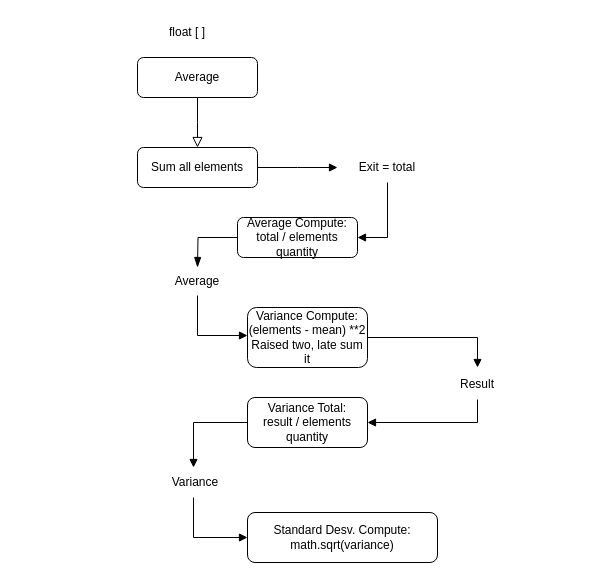
Above: Uninpahu Diagrams/Quality Metricals/Compute Standard Desviation.drawio in Johanbeltranramirez/DiagramsRepository (draw.io), before the change. Source tidied: cells renumbered, new cells numbered last; positions are measured from the earlier drawing's top-left corner, leaving out a move shared by most shapes. Both pictures are drawn from the tidied source at 100%, with x=0, y=0 at pixel (137, 17).
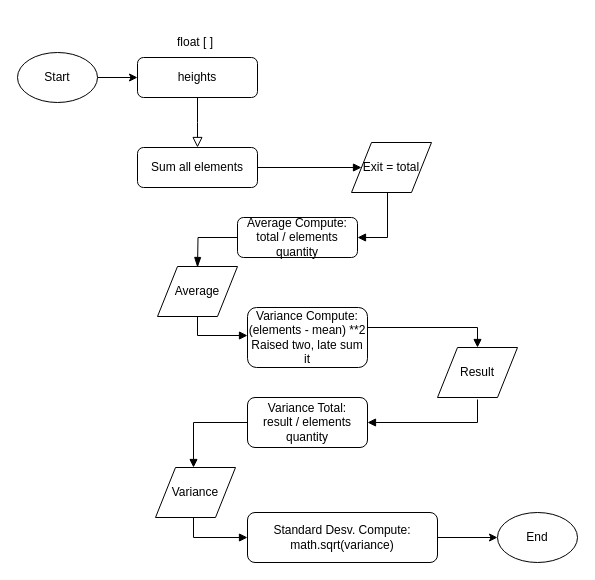
The same page after the edit.

The change refers to these unchanged cells:
```xml
<mxCell id="6" value="Average Compute:&lt;br&gt;total / elements quantity" style="rounded=1;whiteSpace=wrap;html=1;fontSize=12;glass=0;strokeWidth=1;shadow=0;" parent="1" vertex="1">
  <mxGeometry x="100" y="200" width="120" height="40" as="geometry" />
</mxCell>
<mxCell id="7" value="Variance Total:&lt;br&gt;result / elements quantity" style="rounded=1;whiteSpace=wrap;html=1;fontSize=12;glass=0;strokeWidth=1;shadow=0;" parent="1" vertex="1">
  <mxGeometry x="110" y="380" width="120" height="50" as="geometry" />
</mxCell>
<mxCell id="8" value="Variance Compute:&lt;br&gt;(elements - mean) **2&lt;div&gt;Raised two, late sum it&lt;/div&gt;" style="rounded=1;whiteSpace=wrap;html=1;fontSize=12;glass=0;strokeWidth=1;shadow=0;" parent="1" vertex="1">
  <mxGeometry x="110" y="290" width="120" height="60" as="geometry" />
</mxCell>
<mxCell id="10" value="Sum all elements" style="rounded=1;whiteSpace=wrap;html=1;fontSize=12;glass=0;strokeWidth=1;shadow=0;" parent="1" vertex="1">
  <mxGeometry y="130" width="120" height="40" as="geometry" />
</mxCell>
<mxCell id="19" value="Standard Desv. Compute:&lt;br&gt;math.sqrt(variance)" style="rounded=1;whiteSpace=wrap;html=1;fontSize=12;glass=0;strokeWidth=1;shadow=0;" parent="1" vertex="1">
  <mxGeometry x="110" y="495" width="190" height="50" as="geometry" />
</mxCell>
```

Change to the diagram source:
```diff
@@
-    <mxCell id="3" value="Average" style="rounded=1;whiteSpace=wrap;html=1;fontSize=12;glass=0;strokeWidth=1;shadow=0;" parent="1" vertex="1">
+    <mxCell id="3" value="heights" style="rounded=1;whiteSpace=wrap;html=1;fontSize=12;glass=0;strokeWidth=1;shadow=0;" parent="1" vertex="1">
       <mxGeometry y="40" width="120" height="40" as="geometry" />
     </mxCell>
@@
-    <mxCell id="5" style="edgeStyle=orthogonalEdgeStyle;rounded=0;html=1;jettySize=auto;fontSize=11;endArrow=block;endFill=1;strokeWidth=1;shadow=0;labelBackgroundColor=none;exitX=1;exitY=0.5;exitDx=0;exitDy=0;fillColor=#cce5ff;strokeColor=#000000;" parent="1" edge="1" source="10">
-      <mxGeometry y="10" relative="1" as="geometry">
-        <mxPoint x="200" y="150" as="targetPoint" />
-      </mxGeometry>
+    <mxCell id="5" style="edgeStyle=orthogonalEdgeStyle;rounded=0;html=1;jettySize=auto;fontSize=11;endArrow=block;endFill=1;strokeWidth=1;shadow=0;labelBackgroundColor=none;exitX=1;exitY=0.5;exitDx=0;exitDy=0;fillColor=#cce5ff;strokeColor=#000000;entryX=0;entryY=0.5;entryDx=0;entryDy=0;" parent="1" edge="1" source="10" target="11">
+      <mxGeometry y="10" relative="1" as="geometry" />
     </mxCell>
@@
     <mxCell id="9" value="float [ ]" style="text;html=1;align=center;verticalAlign=middle;whiteSpace=wrap;rounded=0;" parent="1" vertex="1">
-      <mxGeometry x="20" width="60" height="30" as="geometry" />
+      <mxGeometry x="28" y="10" width="60" height="30" as="geometry" />
     </mxCell>
@@
-    <mxCell id="11" value="Exit = total" style="text;html=1;align=center;verticalAlign=middle;whiteSpace=wrap;rounded=0;" parent="1" vertex="1">
-      <mxGeometry x="220" y="135" width="60" height="30" as="geometry" />
-    </mxCell>
-    <mxCell id="12" style="edgeStyle=orthogonalEdgeStyle;rounded=0;html=1;jettySize=auto;fontSize=11;endArrow=block;endFill=1;strokeWidth=1;shadow=0;labelBackgroundColor=none;exitX=0.5;exitY=1;exitDx=0;exitDy=0;fillColor=#cce5ff;strokeColor=#000000;entryX=1;entryY=0.5;entryDx=0;entryDy=0;" parent="1" edge="1" source="11" target="6">
+    <mxCell id="12" style="edgeStyle=orthogonalEdgeStyle;rounded=0;html=1;jettySize=auto;fontSize=11;endArrow=block;endFill=1;strokeWidth=1;shadow=0;labelBackgroundColor=none;exitX=0.5;exitY=1;exitDx=0;exitDy=0;fillColor=#cce5ff;strokeColor=#000000;entryX=1;entryY=0.5;entryDx=0;entryDy=0;" parent="1" edge="1" target="6">
       <mxGeometry y="10" relative="1" as="geometry">
+        <mxPoint x="250" y="165" as="sourcePoint" />
         <Array as="points">
           <mxPoint x="250" y="220" />
         </Array>
       </mxGeometry>
     </mxCell>
-    <mxCell id="13" value="Average" style="text;html=1;align=center;verticalAlign=middle;whiteSpace=wrap;rounded=0;" parent="1" vertex="1">
-      <mxGeometry x="30" y="249" width="60" height="30" as="geometry" />
-    </mxCell>
@@
-    <mxCell id="15" style="edgeStyle=orthogonalEdgeStyle;rounded=0;html=1;jettySize=auto;fontSize=11;endArrow=block;endFill=1;strokeWidth=1;shadow=0;labelBackgroundColor=none;exitX=1;exitY=0.5;exitDx=0;exitDy=0;fillColor=#cce5ff;strokeColor=#000000;" parent="1" edge="1" source="8">
+    <mxCell id="15" style="edgeStyle=orthogonalEdgeStyle;rounded=0;html=1;jettySize=auto;fontSize=11;endArrow=block;endFill=1;strokeWidth=1;shadow=0;labelBackgroundColor=none;exitX=1;exitY=0.5;exitDx=0;exitDy=0;fillColor=#cce5ff;strokeColor=#000000;entryX=0.5;entryY=0;entryDx=0;entryDy=0;" parent="1" edge="1" source="8" target="16">
       <mxGeometry y="10" relative="1" as="geometry">
-        <mxPoint x="340" y="350" as="targetPoint" />
         <Array as="points">
-          <mxPoint x="340" y="320" />
+          <mxPoint x="230" y="310" />
+          <mxPoint x="340" y="310" />
         </Array>
       </mxGeometry>
     </mxCell>
-    <mxCell id="16" value="Result" style="text;html=1;align=center;verticalAlign=middle;whiteSpace=wrap;rounded=0;" parent="1" vertex="1">
-      <mxGeometry x="310" y="352" width="60" height="30" as="geometry" />
-    </mxCell>
-    <mxCell id="17" style="edgeStyle=orthogonalEdgeStyle;rounded=0;html=1;jettySize=auto;fontSize=11;endArrow=block;endFill=1;strokeWidth=1;shadow=0;labelBackgroundColor=none;fillColor=#cce5ff;strokeColor=#000000;entryX=1;entryY=0.5;entryDx=0;entryDy=0;exitX=0.5;exitY=1;exitDx=0;exitDy=0;" parent="1" edge="1" source="16" target="7">
+    <mxCell id="17" style="edgeStyle=orthogonalEdgeStyle;rounded=0;html=1;jettySize=auto;fontSize=11;endArrow=block;endFill=1;strokeWidth=1;shadow=0;labelBackgroundColor=none;fillColor=#cce5ff;strokeColor=#000000;entryX=1;entryY=0.5;entryDx=0;entryDy=0;exitX=0.5;exitY=1;exitDx=0;exitDy=0;" parent="1" edge="1" target="7">
       <mxGeometry y="10" relative="1" as="geometry">
+        <mxPoint x="340" y="382" as="sourcePoint" />
         <Array as="points">
           <mxPoint x="340" y="405" />
         </Array>
       </mxGeometry>
     </mxCell>
@@
+    <mxCell id="22" style="edgeStyle=orthogonalEdgeStyle;rounded=0;jettySize=auto;html=1;entryX=0;entryY=0.5;entryDx=0;entryDy=0;" parent="1" edge="1" source="19" target="25">
+      <mxGeometry relative="1" as="geometry" />
+    </mxCell>
@@
+    <mxCell id="21" style="edgeStyle=orthogonalEdgeStyle;rounded=0;html=1;jettySize=auto;fontSize=11;endArrow=block;endFill=1;strokeWidth=1;shadow=0;labelBackgroundColor=none;exitX=0.5;exitY=1;exitDx=0;exitDy=0;fillColor=#cce5ff;strokeColor=#000000;entryX=0;entryY=0.5;entryDx=0;entryDy=0;" parent="1" edge="1" target="19">
+      <mxGeometry y="10" relative="1" as="geometry">
+        <mxPoint x="56" y="480" as="sourcePoint" />
+        <Array as="points">
+          <mxPoint x="56" y="520" />
+        </Array>
+      </mxGeometry>
+    </mxCell>
+    <mxCell id="23" style="edgeStyle=orthogonalEdgeStyle;rounded=0;jettySize=auto;html=1;entryX=0;entryY=0.5;entryDx=0;entryDy=0;" parent="1" edge="1" source="24" target="3">
+      <mxGeometry relative="1" as="geometry" />
+    </mxCell>
+    <mxCell id="24" value="Start" style="ellipse;whiteSpace=wrap;html=1;" parent="1" vertex="1">
+      <mxGeometry x="-120" y="35" width="80" height="50" as="geometry" />
+    </mxCell>
+    <mxCell id="25" value="End" style="ellipse;whiteSpace=wrap;html=1;" parent="1" vertex="1">
+      <mxGeometry x="360" y="495" width="80" height="50" as="geometry" />
+    </mxCell>
+    <mxCell id="11" value="Exit = total" style="shape=parallelogram;perimeter=parallelogramPerimeter;whiteSpace=wrap;html=1;fixedSize=1;" parent="1" vertex="1">
+      <mxGeometry x="214" y="125" width="80" height="50" as="geometry" />
+    </mxCell>
+    <mxCell id="13" value="Average" style="shape=parallelogram;perimeter=parallelogramPerimeter;whiteSpace=wrap;html=1;fixedSize=1;" parent="1" vertex="1">
+      <mxGeometry x="20" y="249" width="80" height="50" as="geometry" />
+    </mxCell>
+    <mxCell id="16" value="Result" style="shape=parallelogram;perimeter=parallelogramPerimeter;whiteSpace=wrap;html=1;fixedSize=1;" parent="1" vertex="1">
+      <mxGeometry x="300" y="330" width="80" height="50" as="geometry" />
+    </mxCell>
-    <mxCell id="20" value="Variance" style="text;html=1;align=center;verticalAlign=middle;whiteSpace=wrap;rounded=0;" parent="1" vertex="1">
-      <mxGeometry x="28" y="450" width="60" height="30" as="geometry" />
+    <mxCell id="20" value="Variance" style="shape=parallelogram;perimeter=parallelogramPerimeter;whiteSpace=wrap;html=1;fixedSize=1;" parent="1" vertex="1">
+      <mxGeometry x="18" y="450" width="80" height="50" as="geometry" />
     </mxCell>
-    <mxCell id="21" style="edgeStyle=orthogonalEdgeStyle;rounded=0;html=1;jettySize=auto;fontSize=11;endArrow=block;endFill=1;strokeWidth=1;shadow=0;labelBackgroundColor=none;exitX=0.5;exitY=1;exitDx=0;exitDy=0;fillColor=#cce5ff;strokeColor=#000000;entryX=0;entryY=0.5;entryDx=0;entryDy=0;" parent="1" edge="1" target="19">
-      <mxGeometry y="10" relative="1" as="geometry">
-        <mxPoint x="56" y="480" as="sourcePoint" />
-        <Array as="points">
-          <mxPoint x="56" y="520" />
-        </Array>
-      </mxGeometry>
-    </mxCell>
```
